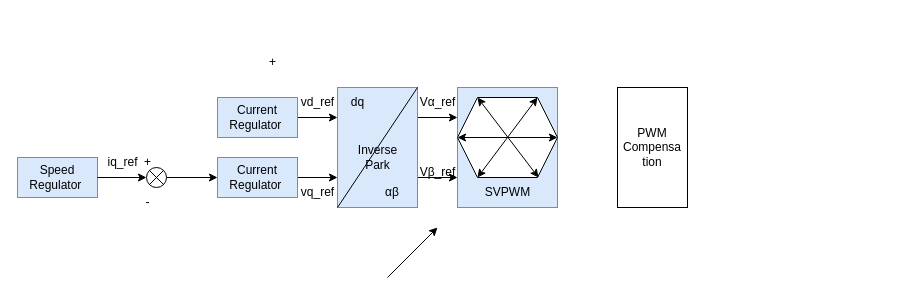
Vinson-001/Blog-flow-chart keeps this draw.io diagram as FoC 核心算法分析.drawio. Above is the earlier version. Source tidied: cells renumbered, new cells numbered last; positions are measured from the earlier drawing's top-left corner, leaving out a move shared by most shapes. Both pictures are drawn from the tidied source at 100%, with x=0, y=0 at pixel (17, 47).
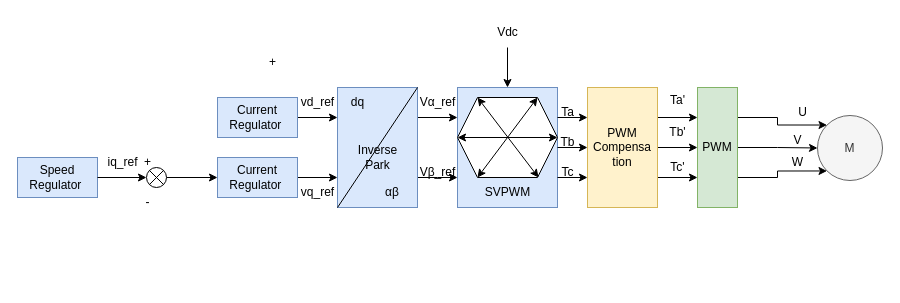
After the change.

Commit message (it also covers changes not shown here):
更新FoC 核心算法分析.drawio

Unchanged cells that the change refers to:
```xml
<mxCell id="24" style="rounded=0;whiteSpace=wrap;html=1;fillColor=#dae8fc;strokeColor=#6c8ebf;" parent="23" vertex="1">
  <mxGeometry width="100" height="120" as="geometry" />
</mxCell>
```

What changed in the source:
```diff
@@
-    <mxCell id="33" style="endArrow=classic;html=1;rounded=0;" parent="1" edge="1">
-      <mxGeometry relative="1" as="geometry">
-        <mxPoint x="370" y="230" as="sourcePoint" />
-        <mxPoint x="420" y="180" as="targetPoint" />
-      </mxGeometry>
-    </mxCell>
+    <mxCell id="35" style="edgeStyle=orthogonalEdgeStyle;rounded=0;jettySize=auto;html=1;exitX=0;exitY=0.5;exitDx=0;exitDy=0;endArrow=none;endFill=0;startArrow=classic;startFill=1;" parent="1" edge="1" source="34">
+      <mxGeometry relative="1" as="geometry">
+        <mxPoint x="540" y="100" as="targetPoint" />
+      </mxGeometry>
+    </mxCell>
+    <mxCell id="36" style="edgeStyle=orthogonalEdgeStyle;rounded=0;jettySize=auto;html=1;exitX=0;exitY=0.25;exitDx=0;exitDy=0;endArrow=none;endFill=0;startArrow=classic;startFill=1;" parent="1" edge="1" source="34">
+      <mxGeometry relative="1" as="geometry">
+        <mxPoint x="540" y="70" as="targetPoint" />
+      </mxGeometry>
+    </mxCell>
+    <mxCell id="37" style="edgeStyle=orthogonalEdgeStyle;rounded=0;jettySize=auto;html=1;exitX=1;exitY=0.25;exitDx=0;exitDy=0;entryX=0;entryY=0.25;entryDx=0;entryDy=0;" parent="1" edge="1" source="34" target="47">
+      <mxGeometry relative="1" as="geometry" />
+    </mxCell>
+    <mxCell id="38" style="edgeStyle=orthogonalEdgeStyle;rounded=0;jettySize=auto;html=1;exitX=1;exitY=0.5;exitDx=0;exitDy=0;entryX=0;entryY=0.5;entryDx=0;entryDy=0;" parent="1" edge="1" source="34" target="47">
+      <mxGeometry relative="1" as="geometry" />
+    </mxCell>
+    <mxCell id="39" style="edgeStyle=orthogonalEdgeStyle;rounded=0;jettySize=auto;html=1;exitX=1;exitY=0.75;exitDx=0;exitDy=0;entryX=0;entryY=0.75;entryDx=0;entryDy=0;" parent="1" edge="1" source="34" target="47">
+      <mxGeometry relative="1" as="geometry" />
+    </mxCell>
-    <mxCell id="34" value="PWM&lt;div&gt;Compensa&lt;/div&gt;&lt;div&gt;tion&lt;/div&gt;" style="rounded=0;whiteSpace=wrap;html=1;" parent="1" vertex="1">
-      <mxGeometry x="600" y="40" width="70" height="120" as="geometry" />
+    <mxCell id="34" value="PWM&lt;div&gt;Compensa&lt;/div&gt;&lt;div&gt;tion&lt;/div&gt;" style="rounded=0;whiteSpace=wrap;html=1;fillColor=#fff2cc;strokeColor=#d6b656;" parent="1" vertex="1">
+      <mxGeometry x="570" y="40" width="70" height="120" as="geometry" />
     </mxCell>
+    <mxCell id="40" style="edgeStyle=orthogonalEdgeStyle;rounded=0;jettySize=auto;html=1;exitX=1;exitY=0.75;exitDx=0;exitDy=0;entryX=0;entryY=0.75;entryDx=0;entryDy=0;" parent="1" edge="1" source="24" target="34">
+      <mxGeometry relative="1" as="geometry" />
+    </mxCell>
+    <mxCell id="41" value="Ta" style="text;html=1;align=center;verticalAlign=middle;strokeColor=none;fillColor=none;" parent="1" vertex="1">
+      <mxGeometry x="530" y="50" width="40" height="30" as="geometry" />
+    </mxCell>
+    <mxCell id="42" value="Tb" style="text;html=1;align=center;verticalAlign=middle;strokeColor=none;fillColor=none;" parent="1" vertex="1">
+      <mxGeometry x="530" y="80" width="40" height="30" as="geometry" />
+    </mxCell>
+    <mxCell id="43" value="Tc" style="text;html=1;align=center;verticalAlign=middle;strokeColor=none;fillColor=none;" parent="1" vertex="1">
+      <mxGeometry x="530" y="110" width="40" height="30" as="geometry" />
+    </mxCell>
+    <mxCell id="44" style="edgeStyle=orthogonalEdgeStyle;rounded=0;jettySize=auto;html=1;exitX=1;exitY=0.25;exitDx=0;exitDy=0;entryX=0;entryY=0;entryDx=0;entryDy=0;" parent="1" edge="1" source="47" target="48">
+      <mxGeometry relative="1" as="geometry" />
+    </mxCell>
+    <mxCell id="45" style="edgeStyle=orthogonalEdgeStyle;rounded=0;jettySize=auto;html=1;exitX=1;exitY=0.5;exitDx=0;exitDy=0;entryX=0;entryY=0.5;entryDx=0;entryDy=0;" parent="1" edge="1" source="47" target="48">
+      <mxGeometry relative="1" as="geometry" />
+    </mxCell>
+    <mxCell id="46" style="edgeStyle=orthogonalEdgeStyle;rounded=0;jettySize=auto;html=1;exitX=1;exitY=0.75;exitDx=0;exitDy=0;entryX=0;entryY=1;entryDx=0;entryDy=0;" parent="1" edge="1" source="47" target="48">
+      <mxGeometry relative="1" as="geometry" />
+    </mxCell>
+    <mxCell id="47" value="PWM" style="rounded=0;whiteSpace=wrap;html=1;fillColor=#d5e8d4;strokeColor=#82b366;" parent="1" vertex="1">
+      <mxGeometry x="680" y="40" width="40" height="120" as="geometry" />
+    </mxCell>
+    <mxCell id="48" value="M" style="ellipse;whiteSpace=wrap;html=1;fillColor=#f5f5f5;fontColor=#333333;strokeColor=#666666;" parent="1" vertex="1">
+      <mxGeometry x="800" y="68" width="65" height="65" as="geometry" />
+    </mxCell>
+    <mxCell id="49" value="Ta'" style="text;html=1;align=center;verticalAlign=middle;strokeColor=none;fillColor=none;" parent="1" vertex="1">
+      <mxGeometry x="640" y="38" width="40" height="30" as="geometry" />
+    </mxCell>
+    <mxCell id="50" value="Tb'" style="text;html=1;align=center;verticalAlign=middle;strokeColor=none;fillColor=none;" parent="1" vertex="1">
+      <mxGeometry x="640" y="70" width="40" height="30" as="geometry" />
+    </mxCell>
+    <mxCell id="51" value="Tc'" style="text;html=1;align=center;verticalAlign=middle;strokeColor=none;fillColor=none;" parent="1" vertex="1">
+      <mxGeometry x="640" y="105" width="40" height="30" as="geometry" />
+    </mxCell>
+    <mxCell id="52" value="U" style="text;html=1;align=center;verticalAlign=middle;strokeColor=none;fillColor=none;" parent="1" vertex="1">
+      <mxGeometry x="770" y="50" width="30" height="30" as="geometry" />
+    </mxCell>
+    <mxCell id="53" value="V" style="text;html=1;align=center;verticalAlign=middle;strokeColor=none;fillColor=none;" parent="1" vertex="1">
+      <mxGeometry x="765" y="78" width="30" height="30" as="geometry" />
+    </mxCell>
+    <mxCell id="54" value="W" style="text;html=1;align=center;verticalAlign=middle;strokeColor=none;fillColor=none;" parent="1" vertex="1">
+      <mxGeometry x="765" y="100" width="30" height="30" as="geometry" />
+    </mxCell>
+    <mxCell id="55" value="Vdc" style="text;html=1;align=center;verticalAlign=middle;points=[];strokeColor=none;fillColor=none;" parent="1" vertex="1">
+      <mxGeometry x="470" y="-30" width="40" height="30" as="geometry" />
+    </mxCell>
+    <mxCell id="56" style="edgeStyle=orthogonalEdgeStyle;rounded=0;jettySize=auto;html=1;exitX=0.5;exitY=0;exitDx=0;exitDy=0;endArrow=none;endFill=0;startArrow=classic;startFill=1;" parent="1" edge="1" source="24" target="55">
+      <mxGeometry relative="1" as="geometry" />
+    </mxCell>
```
